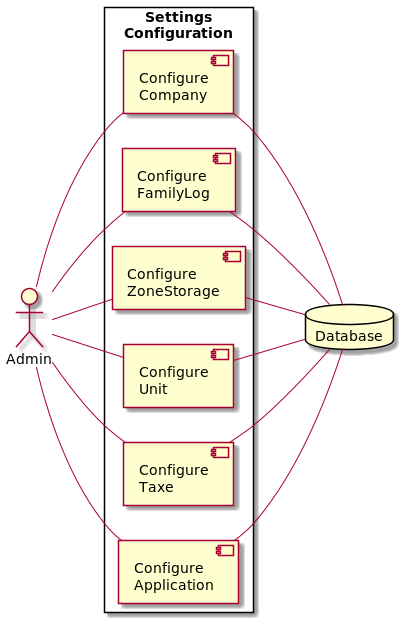
Above: docs/uml/img/settings.png in Dev-Int/glsr (PlantUML), before the change. Source of this version:
```plantuml
@startuml
left to right direction
skinparam packageStyle rectangle
actor Admin
database Database

rectangle "Settings\nConfiguration" {
	Admin -- [Configure\nCompany]
	Admin -- [Configure\nFamilyLog]
	Admin -- [Configure\nZoneStorage]
	Admin -- [Configure\nUnit]
	Admin -- [Configure\nTaxe]
	Admin -- [Configure\nApplication]
	[Configure\nCompany] -- Database
	[Configure\nFamilyLog] -- Database
	[Configure\nZoneStorage] -- Database
	[Configure\nUnit] -- Database
	[Configure\nTaxe] -- Database
	[Configure\nApplication] -- Database
}

@enduml
```
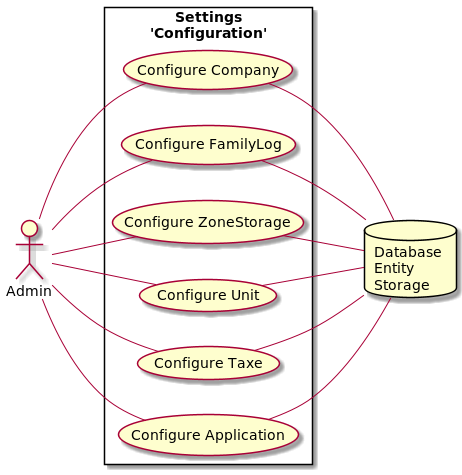
The same file after the commit.

The edit, as a diff of the source:
```diff
@@ -1,22 +1,23 @@
 @startuml
 left to right direction
 skinparam packageStyle rectangle
+
 actor Admin
-database Database
+database "Database \nEntity \nStorage" as Database
 
-rectangle "Settings\nConfiguration" {
-	Admin -- [Configure\nCompany]
-	Admin -- [Configure\nFamilyLog]
-	Admin -- [Configure\nZoneStorage]
-	Admin -- [Configure\nUnit]
-	Admin -- [Configure\nTaxe]
-	Admin -- [Configure\nApplication]
-	[Configure\nCompany] -- Database
-	[Configure\nFamilyLog] -- Database
-	[Configure\nZoneStorage] -- Database
-	[Configure\nUnit] -- Database
-	[Configure\nTaxe] -- Database
-	[Configure\nApplication] -- Database
+rectangle "Settings\n'Configuration'" {
+	Admin -- (Configure Company)
+	Admin -- (Configure FamilyLog)
+	Admin -- (Configure ZoneStorage)
+	Admin -- (Configure Unit)
+	Admin -- (Configure Taxe)
+	Admin -- (Configure Application)
+	(Configure Company) -- Database
+	(Configure FamilyLog) -- Database
+	(Configure ZoneStorage) -- Database
+	(Configure Unit) -- Database
+	(Configure Taxe) -- Database
+	(Configure Application) -- Database
 }
 
 @enduml
```
